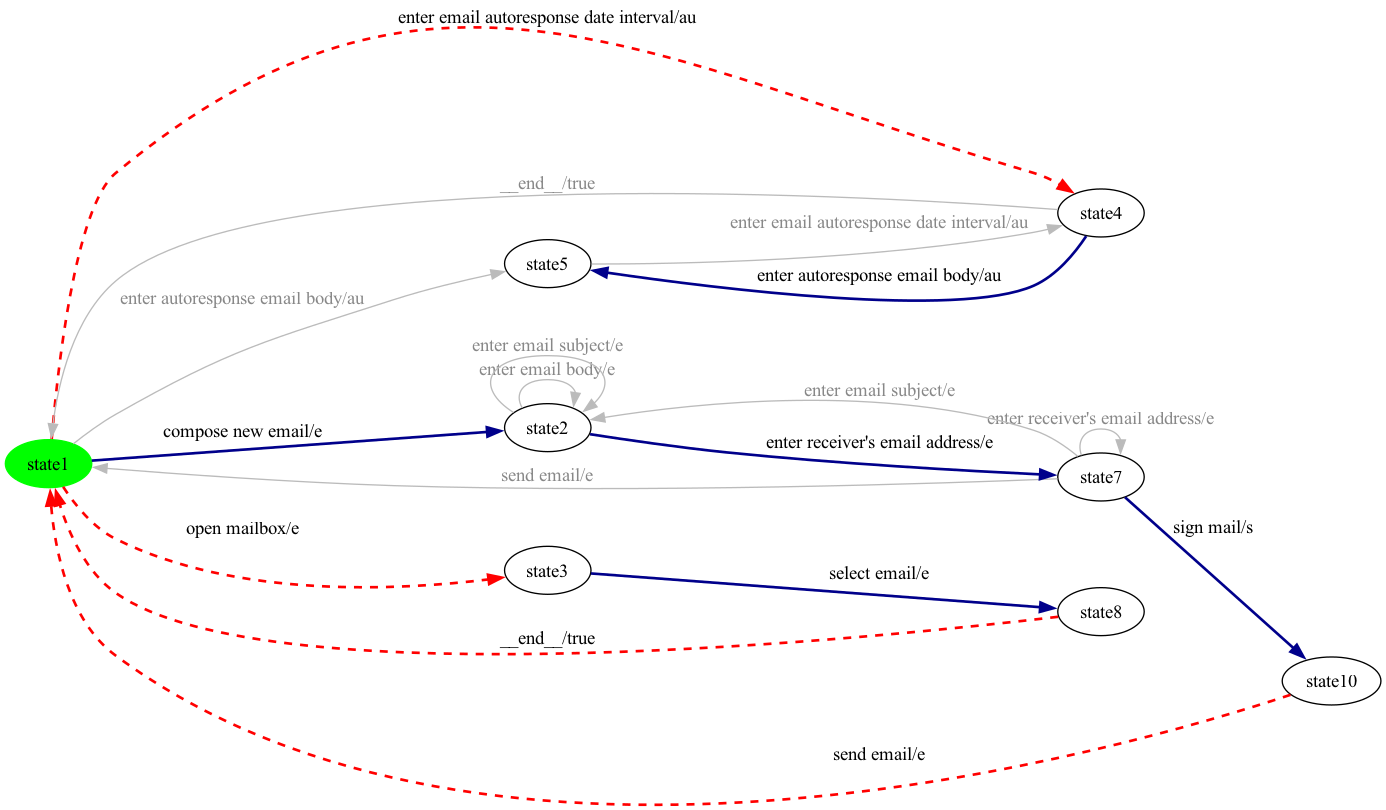
dilekozturk93/vibes keeps this Graphviz diagram as milestone-reports/per-product-all-states/eMail/eMail-product23-walk.png. Above is the earlier version. Its source is kept beside it as milestone-reports/per-product-all-states/eMail/eMail-product23-walk.dot. Source of this version:
```dot
digraph G {
rankdir=LR;
state0[ label = "state1", style=filled, color=green ];
state1 [ label = "state5" ];
state2 [ label = "state8" ];
state3 [ label = "state7" ];
state4 [ label = "state10" ];
state5 [ label = "state2" ];
state6 [ label = "state4" ];
state7 [ label = "state3" ];
state3 -> state0 [ label=" send email/e ", color="#bbbbbb", fontcolor="#888888" ];
state6 -> state1 [ label=" enter autoresponse email body/au ", style=bold, color=darkblue, penwidth=2 ];
state7 -> state2 [ label=" select email/e ", style=bold, color=darkblue, penwidth=2 ];
state1 -> state6 [ label=" enter email autoresponse date interval/au ", color="#bbbbbb", fontcolor="#888888" ];
state3 -> state4 [ label=" sign mail/s ", style=bold, color=darkblue, penwidth=2 ];
state5 -> state3 [ label=" enter receiver's email address/e ", style=bold, color=darkblue, penwidth=2 ];
state3 -> state5 [ label=" enter email subject/e ", color="#bbbbbb", fontcolor="#888888" ];
state0 -> state6 [ label=" enter email autoresponse date interval/au ", style=dashed, color=red, penwidth=2 ];
state0 -> state1 [ label=" enter autoresponse email body/au ", color="#bbbbbb", fontcolor="#888888" ];
state6 -> state0 [ label=" __end__/true ", color="#bbbbbb", fontcolor="#888888" ];
state2 -> state0 [ label=" __end__/true ", style=dashed, color=red, penwidth=2 ];
state0 -> state7 [ label=" open mailbox/e ", style=dashed, color=red, penwidth=2 ];
state0 -> state5 [ label=" compose new email/e ", style=bold, color=darkblue, penwidth=2 ];
state5 -> state5 [ label=" enter email body/e ", color="#bbbbbb", fontcolor="#888888" ];
state5 -> state5 [ label=" enter email subject/e ", color="#bbbbbb", fontcolor="#888888" ];
state4 -> state0 [ label=" send email/e ", style=dashed, color=red, penwidth=2 ];
state3 -> state3 [ label=" enter receiver's email address/e ", color="#bbbbbb", fontcolor="#888888" ];
}
```
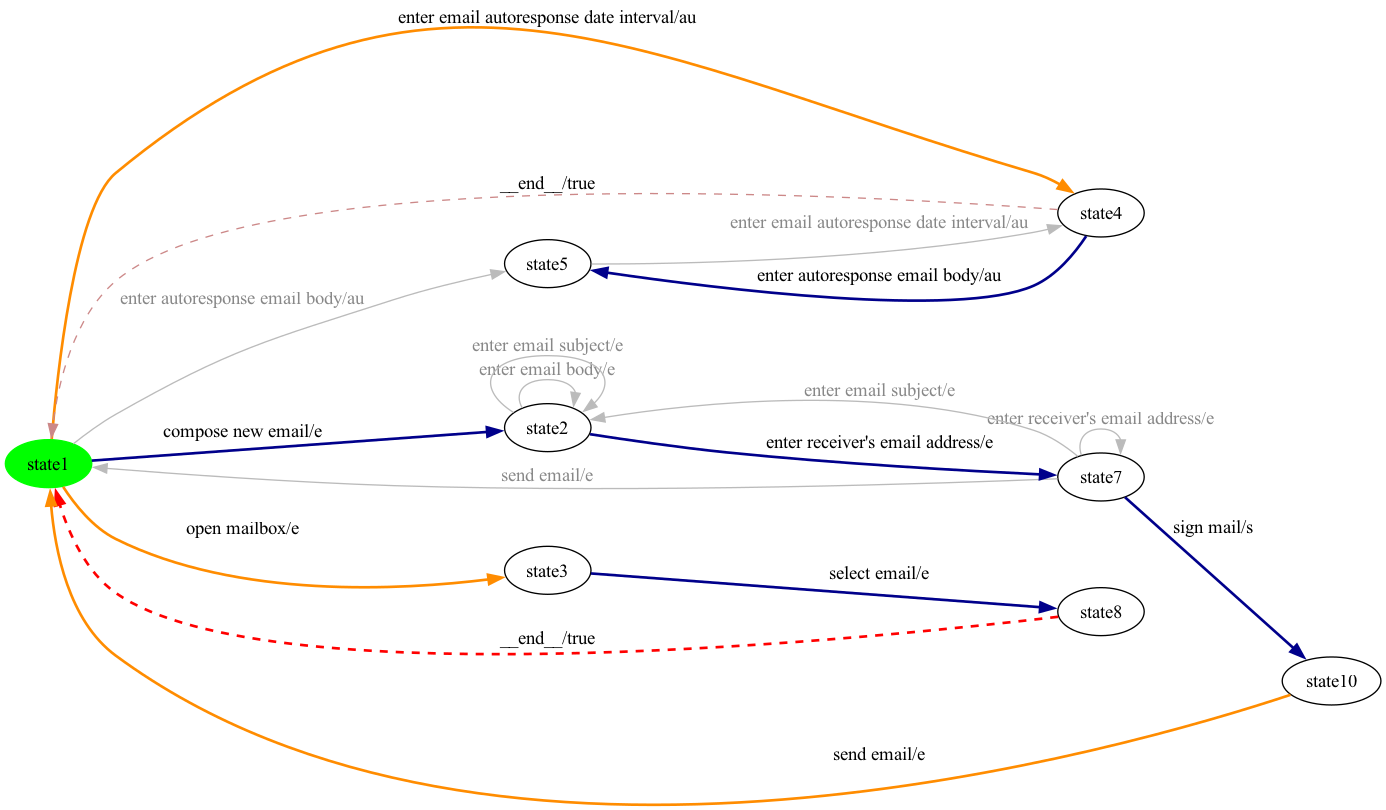
Later version of the same file.

What changed in the source:
```diff
@@ -15,14 +15,14 @@
 state3 -> state4 [ label=" sign mail/s ", style=bold, color=darkblue, penwidth=2 ];
 state5 -> state3 [ label=" enter receiver's email address/e ", style=bold, color=darkblue, penwidth=2 ];
 state3 -> state5 [ label=" enter email subject/e ", color="#bbbbbb", fontcolor="#888888" ];
-state0 -> state6 [ label=" enter email autoresponse date interval/au ", style=dashed, color=red, penwidth=2 ];
+state0 -> state6 [ label=" enter email autoresponse date interval/au ", style=bold, color=darkorange, penwidth=2 ];
 state0 -> state1 [ label=" enter autoresponse email body/au ", color="#bbbbbb", fontcolor="#888888" ];
-state6 -> state0 [ label=" __end__/true ", color="#bbbbbb", fontcolor="#888888" ];
+state6 -> state0 [ label=" __end__/true ", style=dashed, color="#cc8888" ];
 state2 -> state0 [ label=" __end__/true ", style=dashed, color=red, penwidth=2 ];
-state0 -> state7 [ label=" open mailbox/e ", style=dashed, color=red, penwidth=2 ];
+state0 -> state7 [ label=" open mailbox/e ", style=bold, color=darkorange, penwidth=2 ];
 state0 -> state5 [ label=" compose new email/e ", style=bold, color=darkblue, penwidth=2 ];
 state5 -> state5 [ label=" enter email body/e ", color="#bbbbbb", fontcolor="#888888" ];
 state5 -> state5 [ label=" enter email subject/e ", color="#bbbbbb", fontcolor="#888888" ];
-state4 -> state0 [ label=" send email/e ", style=dashed, color=red, penwidth=2 ];
+state4 -> state0 [ label=" send email/e ", style=bold, color=darkorange, penwidth=2 ];
 state3 -> state3 [ label=" enter receiver's email address/e ", color="#bbbbbb", fontcolor="#888888" ];
 }
```
